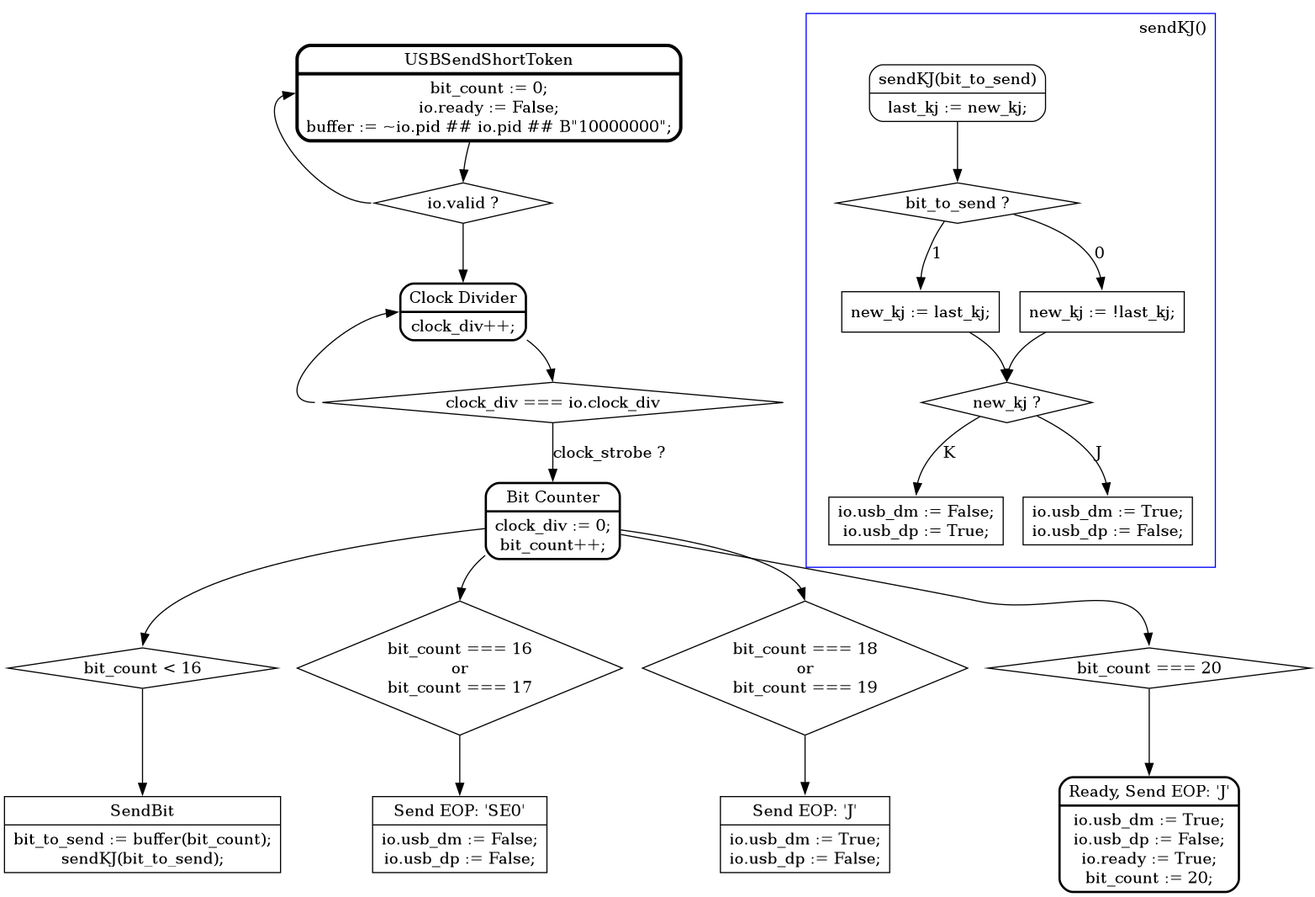
The Graphviz diagram doc/graphs/USB10/USBSendShortToken.png in pointcheck/KarnixSOC, before a commit. Its source is kept beside it as doc/graphs/USB10/USBSendShortToken.dot.
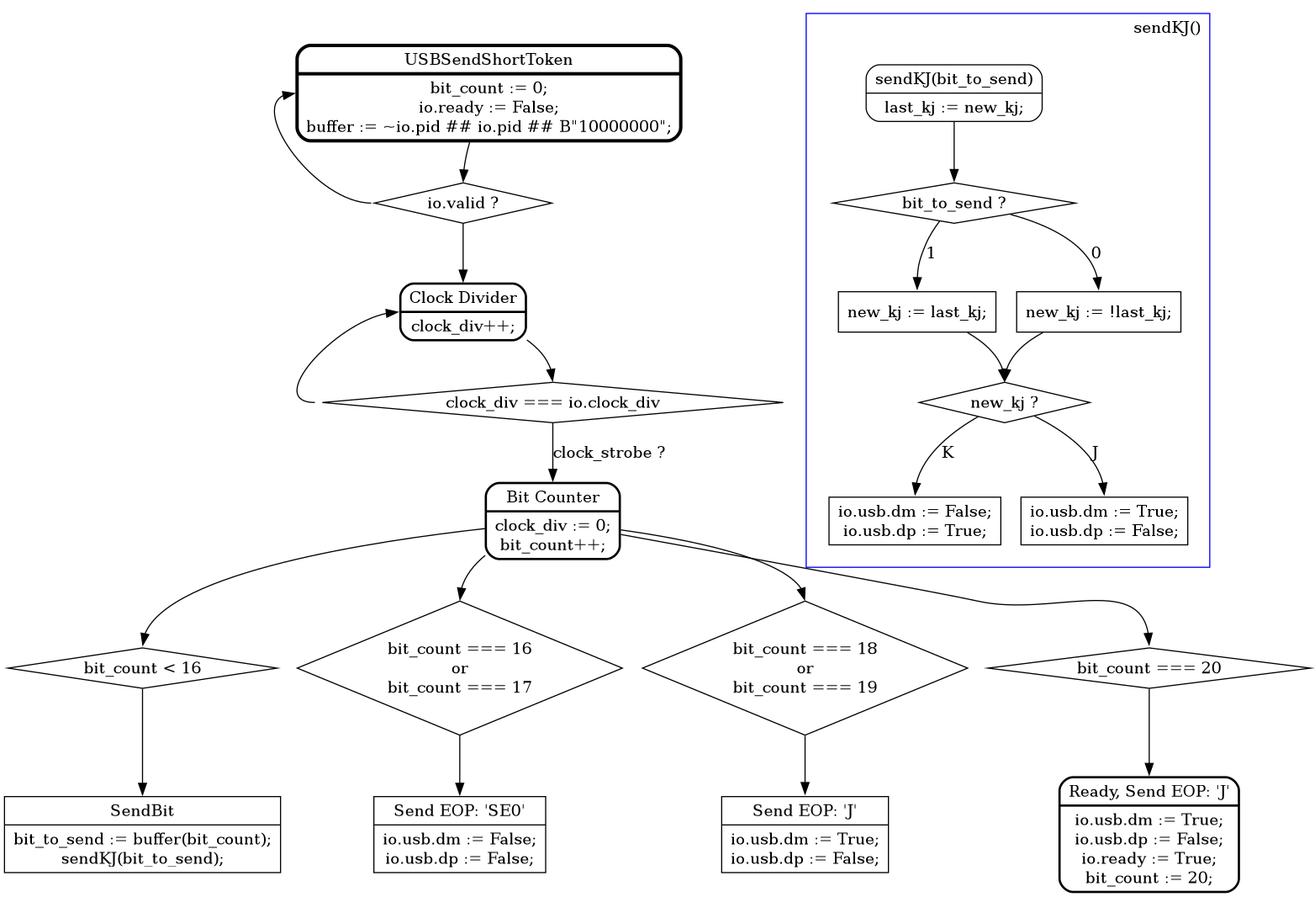
Above is the later version.

The edit, as a diff of the source:
```diff
@@ -17,12 +17,12 @@
 	CountBits -> LessThan16_box:n; LessThan16_box [shape = diamond, label = "bit_count < 16"];
 	LessThan16_box -> SendBit; SendBit [shape = record, label = "{SendBit|bit_to_send := buffer(bit_count);\nsendKJ(bit_to_send);}"];
 
-	CountBits -> Is16:n; Is16 [shape = diamond, label = "bit_count === 16\nor\nbit_count === 17"]; Is16 -> Is16_box; Is16_box [shape = record, label = "{Send EOP: 'SE0'|io.usb_dm := False;\nio.usb_dp := False;}"];
+	CountBits -> Is16:n; Is16 [shape = diamond, label = "bit_count === 16\nor\nbit_count === 17"]; Is16 -> Is16_box; Is16_box [shape = record, label = "{Send EOP: 'SE0'|io.usb.dm := False;\nio.usb.dp := False;}"];
 
 	CountBits -> Is1819_box:n; Is1819_box [shape = diamond, label = "bit_count === 18\nor\nbit_count === 19"];
-	Is1819_box -> Is1819:n; Is1819 [shape = record, label = "{Send EOP: 'J'|io.usb_dm := True;\nio.usb_dp := False;}"];
+	Is1819_box -> Is1819:n; Is1819 [shape = record, label = "{Send EOP: 'J'|io.usb.dm := True;\nio.usb.dp := False;}"];
 
-	CountBits -> Is20:n; Is20 [shape = diamond, label = "bit_count === 20"]; Is20 -> Is20_box; Is20_box [penwidth=2, shape = Mrecord, label = "{Ready, Send EOP: 'J'|io.usb_dm := True;\nio.usb_dp := False;\nio.ready := True;\nbit_count := 20;}"];
+	CountBits -> Is20:n; Is20 [shape = diamond, label = "bit_count === 20"]; Is20 -> Is20_box; Is20_box [penwidth=2, shape = Mrecord, label = "{Ready, Send EOP: 'J'|io.usb.dm := True;\nio.usb.dp := False;\nio.ready := True;\nbit_count := 20;}"];
 
 	subgraph cluster_1 {
 
@@ -40,8 +40,8 @@
 		sendKJ_symbol [shape = diamond, label = "new_kj ?"];
 		sendKJ_symbol -> sendKJ_symbolK:n [label = "K"];
 		sendKJ_symbol -> sendKJ_symbolJ:n [label = "J"];
-		sendKJ_symbolK [shape = box, label = "io.usb_dm := False;\nio.usb_dp := True;"];
-		sendKJ_symbolJ [shape = box, label = "io.usb_dm := True;\nio.usb_dp := False;"];
+		sendKJ_symbolK [shape = box, label = "io.usb.dm := False;\nio.usb.dp := True;"];
+		sendKJ_symbolJ [shape = box, label = "io.usb.dm := True;\nio.usb.dp := False;"];
 	}
 
 }
```
